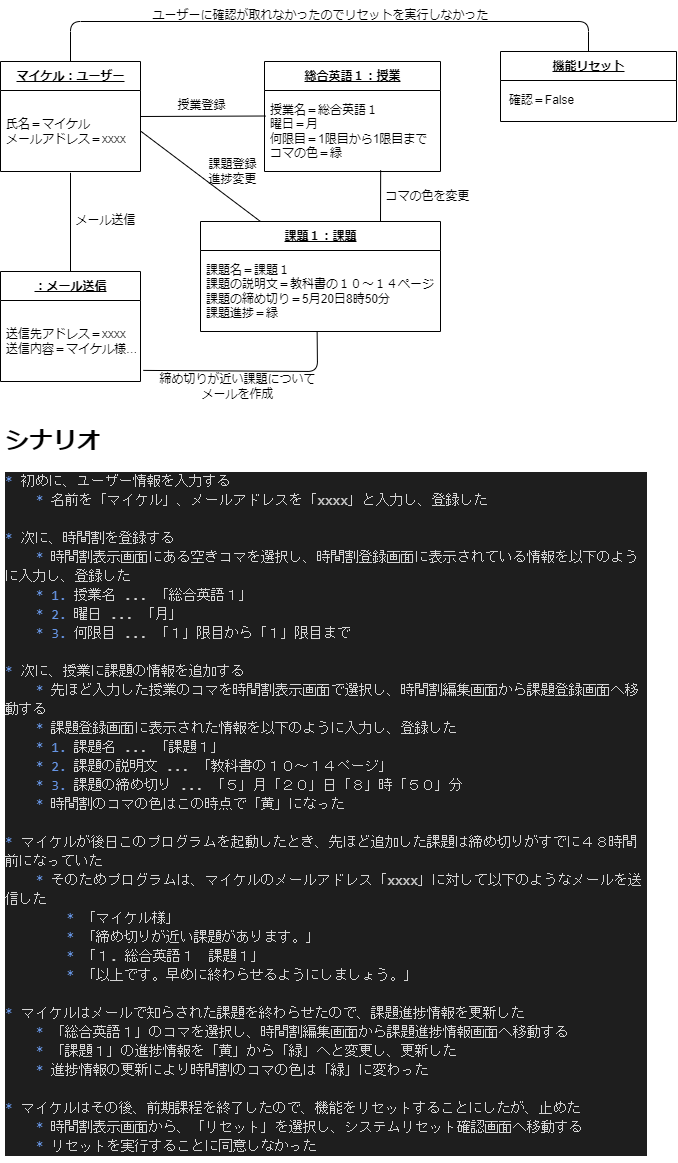
Earlier version of the draw.io export 構造図/オブジェクト図/オブジェクト図.drawio.png (masaki1234567/psp4). Source tidied: cells renumbered, new cells last; positions are measured from the earlier drawing's top-left corner, leaving out a move shared by most shapes.
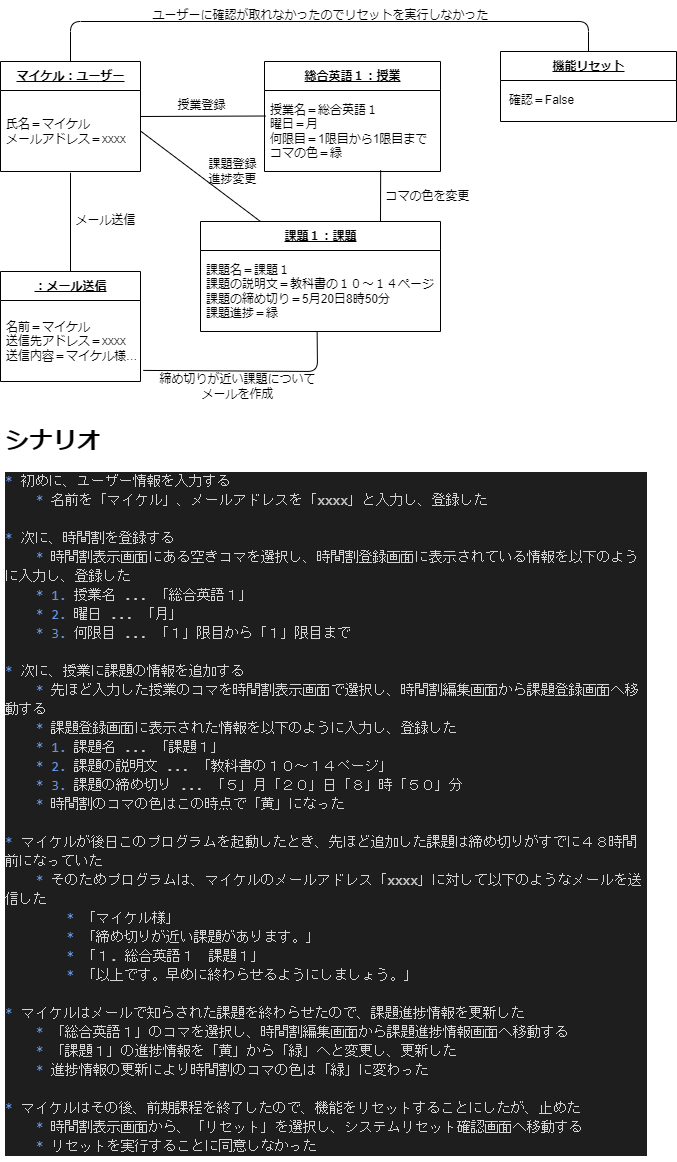
Above is the later version.

The edit, as a diff of the source:
```diff
@@ -43,7 +43,7 @@
     <mxCell id="13" value="&lt;u&gt;：メール送信&lt;/u&gt;" style="swimlane;fontStyle=1;align=center;verticalAlign=middle;horizontal=1;startSize=29;html=1;" parent="1" vertex="1">
       <mxGeometry y="271" width="140" height="110" as="geometry" />
     </mxCell>
-    <mxCell id="14" value="送信先アドレス＝xxxx&lt;br&gt;送信内容＝マイケル様…" style="text;html=1;strokeColor=none;fillColor=none;align=left;verticalAlign=middle;spacingLeft=4;spacingRight=4;overflow=hidden;points=[[0,0.5],[1,0.5]];portConstraint=eastwest;" parent="13" vertex="1">
+    <mxCell id="14" value="名前＝マイケル&lt;br&gt;送信先アドレス＝xxxx&lt;br&gt;送信内容＝マイケル様…" style="text;html=1;strokeColor=none;fillColor=none;align=left;verticalAlign=middle;spacingLeft=4;spacingRight=4;overflow=hidden;points=[[0,0.5],[1,0.5]];portConstraint=eastwest;" parent="13" vertex="1">
       <mxGeometry y="29" width="140" height="81" as="geometry" />
     </mxCell>
     <mxCell id="15" value="授業登録" style="text;html=1;align=center;verticalAlign=middle;strokeColor=none;fillColor=none;" parent="1" vertex="1">
```
